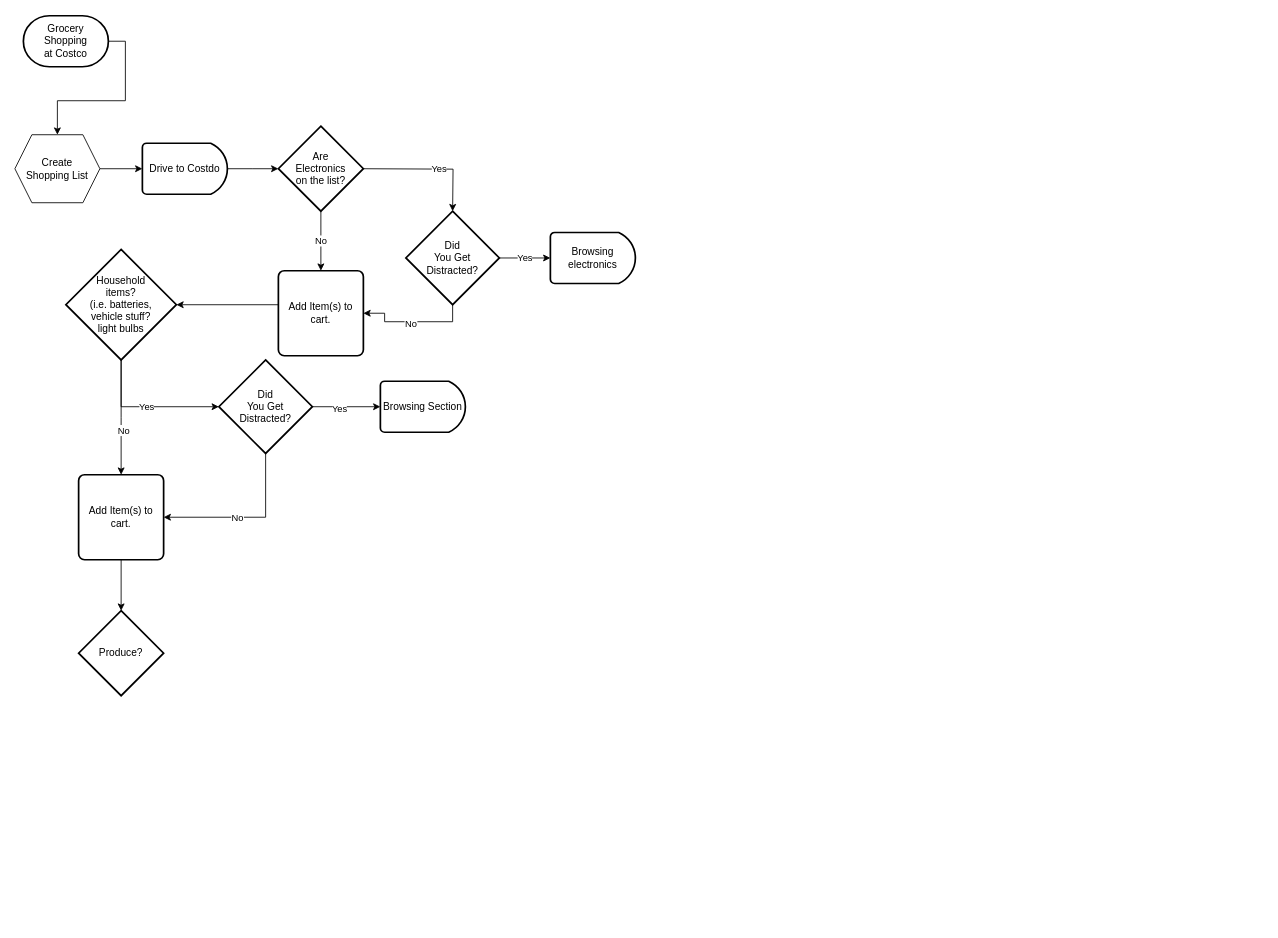
Above: Untitled Diagram.drawio in Teagan94/flowcharts (draw.io), before the change. Source tidied: cells renumbered, new cells numbered last; positions are measured from the earlier drawing's top-left corner, leaving out a move shared by most shapes. Both pictures are drawn from the tidied source at 85%, with x=0, y=0 at pixel (14, 15).
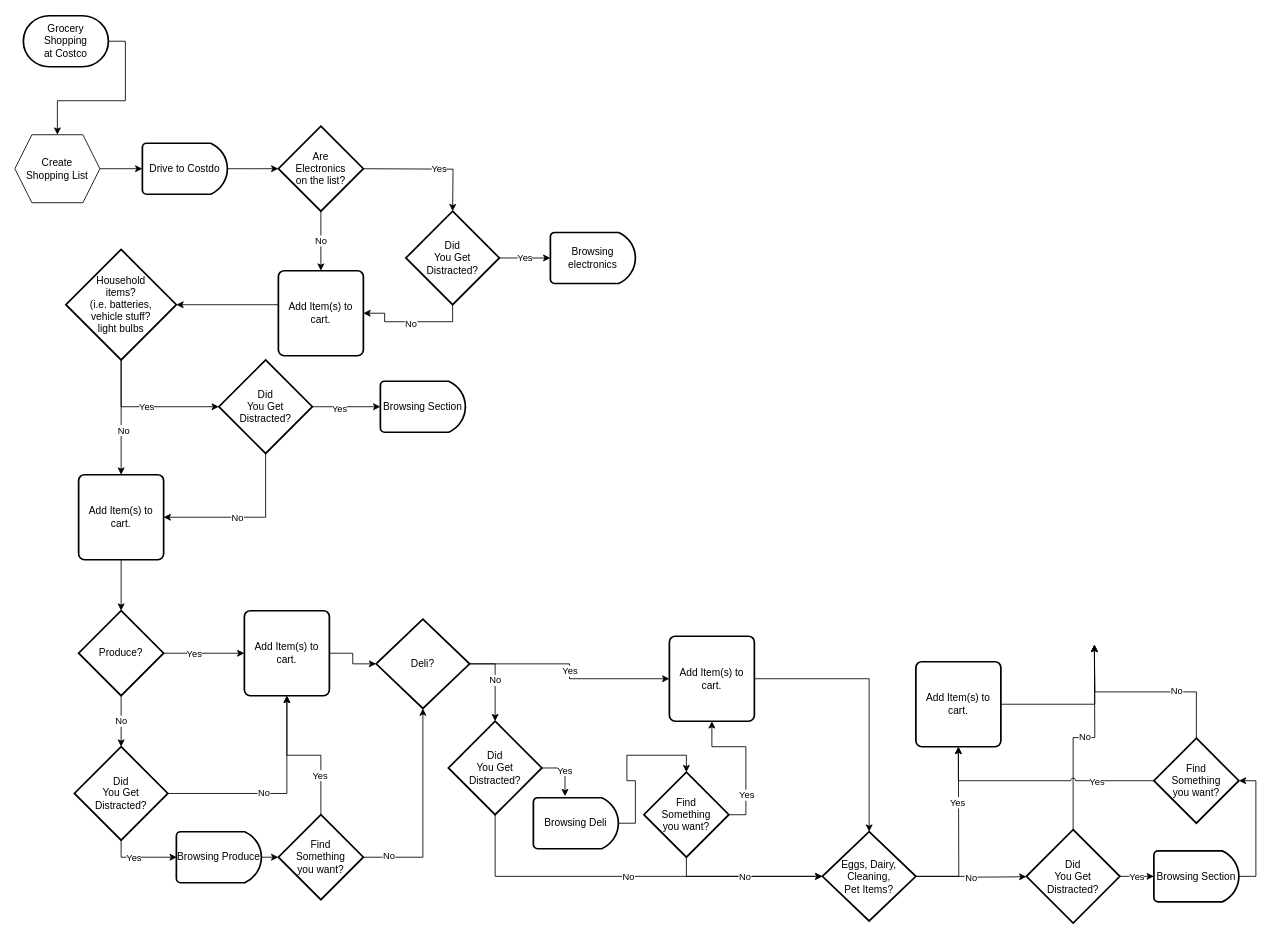
After the change.

The change refers to these unchanged cells:
```xml
<mxCell id="33" value="Produce?" style="strokeWidth=2;html=1;shape=mxgraph.flowchart.decision;whiteSpace=wrap;" parent="1" vertex="1">
  <mxGeometry x="75" y="700" width="100" height="100" as="geometry" />
</mxCell>
```

The edit, as a diff of the source:
```diff
@@
+    <mxCell id="34" style="edgeStyle=orthogonalEdgeStyle;rounded=0;jettySize=auto;html=1;exitX=1;exitY=0.5;exitDx=0;exitDy=0;exitPerimeter=0;" parent="1" edge="1" source="33">
+      <mxGeometry relative="1" as="geometry">
+        <mxPoint x="270" y="750" as="targetPoint" />
+      </mxGeometry>
+    </mxCell>
+    <mxCell id="35" value="Yes" style="edgeLabel;html=1;align=center;verticalAlign=middle;" parent="34" vertex="1">
+      <mxGeometry x="-0.27" relative="1" as="geometry" />
+    </mxCell>
+    <mxCell id="36" value="No" style="edgeStyle=orthogonalEdgeStyle;rounded=0;jettySize=auto;html=1;exitX=0.5;exitY=1;exitDx=0;exitDy=0;exitPerimeter=0;" parent="1" edge="1" source="33">
+      <mxGeometry relative="1" as="geometry">
+        <mxPoint x="125" y="860" as="targetPoint" />
+      </mxGeometry>
+    </mxCell>
@@
+    <mxCell id="37" style="edgeStyle=orthogonalEdgeStyle;rounded=0;jettySize=auto;html=1;exitX=1;exitY=0.5;exitDx=0;exitDy=0;exitPerimeter=0;entryX=0.5;entryY=1;entryDx=0;entryDy=0;" parent="1" edge="1" source="41" target="43">
+      <mxGeometry relative="1" as="geometry" />
+    </mxCell>
+    <mxCell id="38" value="No" style="edgeLabel;html=1;align=center;verticalAlign=middle;" parent="37" vertex="1">
+      <mxGeometry x="-0.12" y="1" relative="1" as="geometry" />
+    </mxCell>
+    <mxCell id="39" style="edgeStyle=orthogonalEdgeStyle;rounded=0;jettySize=auto;html=1;exitX=0.5;exitY=1;exitDx=0;exitDy=0;exitPerimeter=0;" parent="1" edge="1" source="41">
+      <mxGeometry relative="1" as="geometry">
+        <mxPoint x="190" y="990" as="targetPoint" />
+      </mxGeometry>
+    </mxCell>
+    <mxCell id="40" value="Yes" style="edgeLabel;html=1;align=center;verticalAlign=middle;" parent="39" vertex="1">
+      <mxGeometry x="-0.2" relative="1" as="geometry" />
+    </mxCell>
+    <mxCell id="41" value="Did&lt;br style=&quot;border-color: var(--border-color);&quot;&gt;You Get&lt;br style=&quot;border-color: var(--border-color);&quot;&gt;Distracted?" style="strokeWidth=2;html=1;shape=mxgraph.flowchart.decision;whiteSpace=wrap;" parent="1" vertex="1">
+      <mxGeometry x="70" y="860" width="110" height="110" as="geometry" />
+    </mxCell>
+    <mxCell id="42" style="edgeStyle=orthogonalEdgeStyle;rounded=0;jettySize=auto;html=1;exitX=1;exitY=0.5;exitDx=0;exitDy=0;entryX=0;entryY=0.5;entryDx=0;entryDy=0;entryPerimeter=0;" parent="1" edge="1" source="43" target="53">
+      <mxGeometry relative="1" as="geometry" />
+    </mxCell>
+    <mxCell id="43" value="Add Item(s) to cart." style="rounded=1;whiteSpace=wrap;html=1;absoluteArcSize=1;arcSize=14;strokeWidth=2;" parent="1" vertex="1">
+      <mxGeometry x="270" y="700" width="100" height="100" as="geometry" />
+    </mxCell>
+    <mxCell id="44" style="edgeStyle=orthogonalEdgeStyle;rounded=0;jettySize=auto;html=1;exitX=1;exitY=0.5;exitDx=0;exitDy=0;exitPerimeter=0;entryX=0;entryY=0.5;entryDx=0;entryDy=0;entryPerimeter=0;" parent="1" edge="1" source="45" target="50">
+      <mxGeometry relative="1" as="geometry" />
+    </mxCell>
+    <mxCell id="45" value="Browsing Produce" style="strokeWidth=2;html=1;shape=mxgraph.flowchart.delay;whiteSpace=wrap;" parent="1" vertex="1">
+      <mxGeometry x="190" y="960" width="100" height="60" as="geometry" />
+    </mxCell>
+    <mxCell id="46" style="edgeStyle=orthogonalEdgeStyle;rounded=0;jettySize=auto;html=1;exitX=0.5;exitY=0;exitDx=0;exitDy=0;exitPerimeter=0;entryX=0.5;entryY=1;entryDx=0;entryDy=0;" parent="1" edge="1" source="50" target="43">
+      <mxGeometry relative="1" as="geometry" />
+    </mxCell>
+    <mxCell id="47" value="Yes" style="edgeLabel;html=1;align=center;verticalAlign=middle;" parent="46" vertex="1">
+      <mxGeometry x="-0.48" y="2" relative="1" as="geometry" />
+    </mxCell>
+    <mxCell id="48" style="edgeStyle=orthogonalEdgeStyle;rounded=0;jettySize=auto;html=1;exitX=1;exitY=0.5;exitDx=0;exitDy=0;exitPerimeter=0;entryX=0.5;entryY=1;entryDx=0;entryDy=0;entryPerimeter=0;" parent="1" edge="1" source="50" target="53">
+      <mxGeometry relative="1" as="geometry" />
+    </mxCell>
+    <mxCell id="49" value="No" style="edgeLabel;html=1;align=center;verticalAlign=middle;" parent="48" vertex="1">
+      <mxGeometry x="-0.76" y="2" relative="1" as="geometry" />
+    </mxCell>
+    <mxCell id="50" value="Find&lt;br&gt;Something&lt;br&gt;you want?" style="strokeWidth=2;html=1;shape=mxgraph.flowchart.decision;whiteSpace=wrap;" parent="1" vertex="1">
+      <mxGeometry x="310" y="940" width="100" height="100" as="geometry" />
+    </mxCell>
+    <mxCell id="51" value="Yes" style="edgeStyle=orthogonalEdgeStyle;rounded=0;jettySize=auto;html=1;exitX=1;exitY=0.5;exitDx=0;exitDy=0;exitPerimeter=0;entryX=0;entryY=0.5;entryDx=0;entryDy=0;" parent="1" edge="1" source="53" target="58">
+      <mxGeometry relative="1" as="geometry" />
+    </mxCell>
+    <mxCell id="52" value="No" style="edgeStyle=orthogonalEdgeStyle;rounded=0;jettySize=auto;html=1;exitX=1;exitY=0.5;exitDx=0;exitDy=0;exitPerimeter=0;entryX=0.5;entryY=0;entryDx=0;entryDy=0;entryPerimeter=0;" parent="1" edge="1" source="53" target="56">
+      <mxGeometry relative="1" as="geometry" />
+    </mxCell>
+    <mxCell id="53" value="Deli?" style="strokeWidth=2;html=1;shape=mxgraph.flowchart.decision;whiteSpace=wrap;" parent="1" vertex="1">
+      <mxGeometry x="425" y="710" width="110" height="105" as="geometry" />
+    </mxCell>
+    <mxCell id="54" value="No" style="edgeStyle=orthogonalEdgeStyle;rounded=0;jettySize=auto;html=1;exitX=0.5;exitY=1;exitDx=0;exitDy=0;exitPerimeter=0;entryX=0;entryY=0.5;entryDx=0;entryDy=0;entryPerimeter=0;" parent="1" edge="1" source="56" target="68">
+      <mxGeometry relative="1" as="geometry">
+        <Array as="points">
+          <mxPoint x="565" y="1013" />
+        </Array>
+      </mxGeometry>
+    </mxCell>
+    <mxCell id="55" value="Yes" style="edgeStyle=orthogonalEdgeStyle;rounded=0;jettySize=auto;html=1;exitX=1;exitY=0.5;exitDx=0;exitDy=0;exitPerimeter=0;entryX=0.372;entryY=-0.03;entryDx=0;entryDy=0;entryPerimeter=0;" parent="1" edge="1" source="56" target="60">
+      <mxGeometry relative="1" as="geometry" />
+    </mxCell>
+    <mxCell id="56" value="Did&lt;br style=&quot;border-color: var(--border-color);&quot;&gt;You Get&lt;br style=&quot;border-color: var(--border-color);&quot;&gt;Distracted?" style="strokeWidth=2;html=1;shape=mxgraph.flowchart.decision;whiteSpace=wrap;" parent="1" vertex="1">
+      <mxGeometry x="510" y="830" width="110" height="110" as="geometry" />
+    </mxCell>
+    <mxCell id="57" style="edgeStyle=orthogonalEdgeStyle;rounded=0;jettySize=auto;html=1;exitX=1;exitY=0.5;exitDx=0;exitDy=0;entryX=0.5;entryY=0;entryDx=0;entryDy=0;entryPerimeter=0;" parent="1" edge="1" source="58" target="68">
+      <mxGeometry relative="1" as="geometry" />
+    </mxCell>
+    <mxCell id="58" value="Add Item(s) to cart." style="rounded=1;whiteSpace=wrap;html=1;absoluteArcSize=1;arcSize=14;strokeWidth=2;" parent="1" vertex="1">
+      <mxGeometry x="770" y="730" width="100" height="100" as="geometry" />
+    </mxCell>
+    <mxCell id="59" style="edgeStyle=orthogonalEdgeStyle;rounded=0;jettySize=auto;html=1;exitX=1;exitY=0.5;exitDx=0;exitDy=0;exitPerimeter=0;entryX=0.5;entryY=0;entryDx=0;entryDy=0;entryPerimeter=0;" parent="1" edge="1" source="60" target="64">
+      <mxGeometry relative="1" as="geometry" />
+    </mxCell>
+    <mxCell id="60" value="Browsing Deli" style="strokeWidth=2;html=1;shape=mxgraph.flowchart.delay;whiteSpace=wrap;" parent="1" vertex="1">
+      <mxGeometry x="610" y="920" width="100" height="60" as="geometry" />
+    </mxCell>
+    <mxCell id="61" style="edgeStyle=orthogonalEdgeStyle;rounded=0;jettySize=auto;html=1;exitX=1;exitY=0.5;exitDx=0;exitDy=0;exitPerimeter=0;entryX=0.5;entryY=1;entryDx=0;entryDy=0;" parent="1" edge="1" source="64" target="58">
+      <mxGeometry relative="1" as="geometry" />
+    </mxCell>
+    <mxCell id="62" value="Yes" style="edgeLabel;html=1;align=center;verticalAlign=middle;" parent="61" vertex="1">
+      <mxGeometry x="-0.48" relative="1" as="geometry" />
+    </mxCell>
+    <mxCell id="63" value="No" style="edgeStyle=orthogonalEdgeStyle;rounded=0;jettySize=auto;html=1;exitX=0.5;exitY=1;exitDx=0;exitDy=0;exitPerimeter=0;entryX=0;entryY=0.5;entryDx=0;entryDy=0;entryPerimeter=0;" parent="1" edge="1" source="64" target="68">
+      <mxGeometry relative="1" as="geometry" />
+    </mxCell>
+    <mxCell id="64" value="Find&lt;br&gt;Something&lt;br&gt;you want?" style="strokeWidth=2;html=1;shape=mxgraph.flowchart.decision;whiteSpace=wrap;" parent="1" vertex="1">
+      <mxGeometry x="740" y="890" width="100" height="100" as="geometry" />
+    </mxCell>
+    <mxCell id="65" style="edgeStyle=orthogonalEdgeStyle;rounded=0;jettySize=auto;html=1;exitX=1;exitY=0.5;exitDx=0;exitDy=0;exitPerimeter=0;" parent="1" edge="1" source="68">
+      <mxGeometry relative="1" as="geometry">
+        <mxPoint x="1110" y="860" as="targetPoint" />
+      </mxGeometry>
+    </mxCell>
+    <mxCell id="66" value="Yes" style="edgeLabel;html=1;align=center;verticalAlign=middle;" parent="65" vertex="1">
+      <mxGeometry x="0.36" y="2" relative="1" as="geometry" />
+    </mxCell>
+    <mxCell id="67" value="No" style="edgeStyle=orthogonalEdgeStyle;rounded=0;jettySize=auto;html=1;exitX=1;exitY=0.5;exitDx=0;exitDy=0;exitPerimeter=0;" parent="1" edge="1" source="68">
+      <mxGeometry relative="1" as="geometry">
+        <mxPoint x="1190" y="1013" as="targetPoint" />
+      </mxGeometry>
+    </mxCell>
+    <mxCell id="68" value="Eggs, Dairy,&lt;br&gt;Cleaning,&lt;br&gt;Pet Items?" style="strokeWidth=2;html=1;shape=mxgraph.flowchart.decision;whiteSpace=wrap;" parent="1" vertex="1">
+      <mxGeometry x="950" y="960" width="110" height="105" as="geometry" />
+    </mxCell>
+    <mxCell id="69" value="No" style="edgeStyle=orthogonalEdgeStyle;rounded=0;jettySize=auto;html=1;exitX=0.5;exitY=0;exitDx=0;exitDy=0;exitPerimeter=0;" parent="1" edge="1" source="71">
+      <mxGeometry relative="1" as="geometry">
+        <mxPoint x="1270" y="740" as="targetPoint" />
+      </mxGeometry>
+    </mxCell>
+    <mxCell id="70" value="Yes" style="edgeStyle=orthogonalEdgeStyle;rounded=0;jettySize=auto;html=1;exitX=1;exitY=0.5;exitDx=0;exitDy=0;exitPerimeter=0;entryX=0;entryY=0.5;entryDx=0;entryDy=0;entryPerimeter=0;" parent="1" edge="1" source="71" target="75">
+      <mxGeometry relative="1" as="geometry" />
+    </mxCell>
+    <mxCell id="71" value="Did&lt;br style=&quot;border-color: var(--border-color);&quot;&gt;You Get&lt;br style=&quot;border-color: var(--border-color);&quot;&gt;Distracted?" style="strokeWidth=2;html=1;shape=mxgraph.flowchart.decision;whiteSpace=wrap;" parent="1" vertex="1">
+      <mxGeometry x="1190" y="957.5" width="110" height="110" as="geometry" />
+    </mxCell>
+    <mxCell id="72" style="edgeStyle=orthogonalEdgeStyle;rounded=0;jettySize=auto;html=1;exitX=1;exitY=0.5;exitDx=0;exitDy=0;" parent="1" edge="1" source="73">
+      <mxGeometry relative="1" as="geometry">
+        <mxPoint x="1270" y="740" as="targetPoint" />
+      </mxGeometry>
+    </mxCell>
+    <mxCell id="73" value="Add Item(s) to cart." style="rounded=1;whiteSpace=wrap;html=1;absoluteArcSize=1;arcSize=14;strokeWidth=2;" parent="1" vertex="1">
+      <mxGeometry x="1060" y="760" width="100" height="100" as="geometry" />
+    </mxCell>
+    <mxCell id="74" style="edgeStyle=orthogonalEdgeStyle;rounded=0;jettySize=auto;html=1;exitX=1;exitY=0.5;exitDx=0;exitDy=0;exitPerimeter=0;entryX=1;entryY=0.5;entryDx=0;entryDy=0;entryPerimeter=0;" parent="1" edge="1" source="75" target="80">
+      <mxGeometry relative="1" as="geometry" />
+    </mxCell>
+    <mxCell id="75" value="Browsing Section" style="strokeWidth=2;html=1;shape=mxgraph.flowchart.delay;whiteSpace=wrap;" parent="1" vertex="1">
+      <mxGeometry x="1340" y="982.5" width="100" height="60" as="geometry" />
+    </mxCell>
+    <mxCell id="76" style="edgeStyle=orthogonalEdgeStyle;rounded=0;jettySize=auto;html=1;exitX=0;exitY=0.5;exitDx=0;exitDy=0;exitPerimeter=0;entryX=0.5;entryY=1;entryDx=0;entryDy=0;jumpStyle=arc;" parent="1" edge="1" source="80" target="73">
+      <mxGeometry relative="1" as="geometry" />
+    </mxCell>
+    <mxCell id="77" value="Yes" style="edgeLabel;html=1;align=center;verticalAlign=middle;" parent="76" vertex="1">
+      <mxGeometry x="-0.5" relative="1" as="geometry" />
+    </mxCell>
+    <mxCell id="78" style="edgeStyle=orthogonalEdgeStyle;rounded=0;jettySize=auto;html=1;exitX=0.5;exitY=0;exitDx=0;exitDy=0;exitPerimeter=0;" parent="1" edge="1" source="80">
+      <mxGeometry relative="1" as="geometry">
+        <mxPoint x="1270" y="740" as="targetPoint" />
+      </mxGeometry>
+    </mxCell>
+    <mxCell id="79" value="No" style="edgeLabel;html=1;align=center;verticalAlign=middle;" parent="78" vertex="1">
+      <mxGeometry x="-0.32" y="-1" relative="1" as="geometry" />
+    </mxCell>
+    <mxCell id="80" value="Find&lt;br&gt;Something&lt;br&gt;you want?" style="strokeWidth=2;html=1;shape=mxgraph.flowchart.decision;whiteSpace=wrap;" parent="1" vertex="1">
+      <mxGeometry x="1340" y="850" width="100" height="100" as="geometry" />
+    </mxCell>
```
